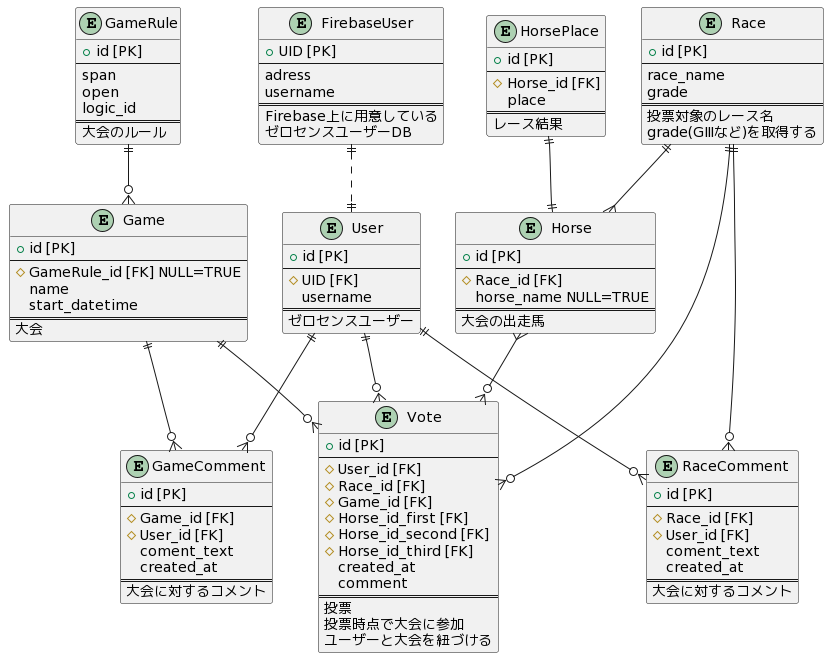
Above: out/UML/ER/ER図.png in Kengo106/zerosense (PlantUML), before the change.
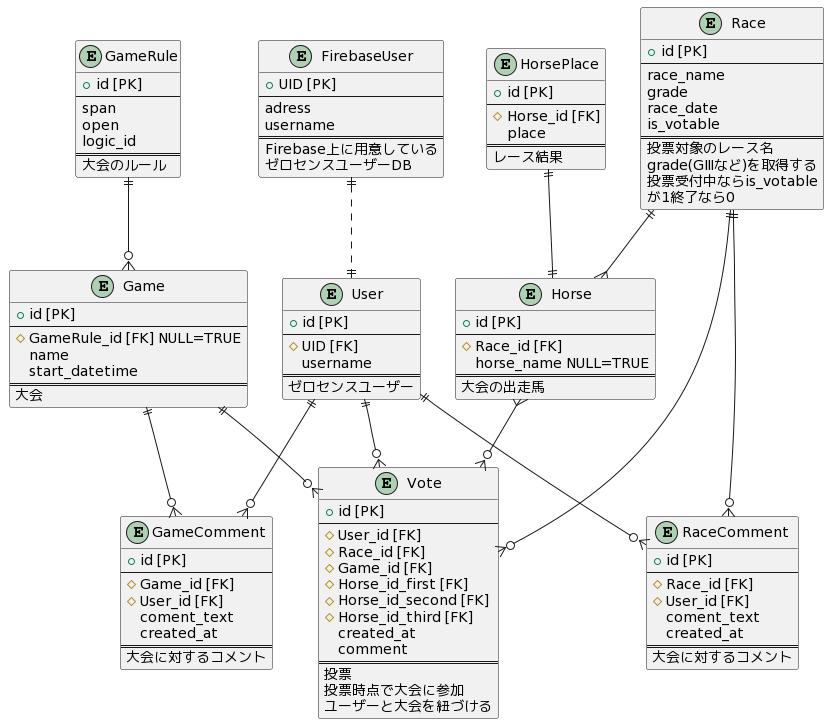
Later version of the same file.

The edit, as a diff of the source:
```diff
@@ -69,9 +69,13 @@
   --
   race_name
   grade
+  race_date
+  is_votable
   ==
   投票対象のレース名
   grade(GⅢなど)を取得する
+  投票受付中ならis_votable
+  が1終了なら0
 }
 
 entity Horse {
```
